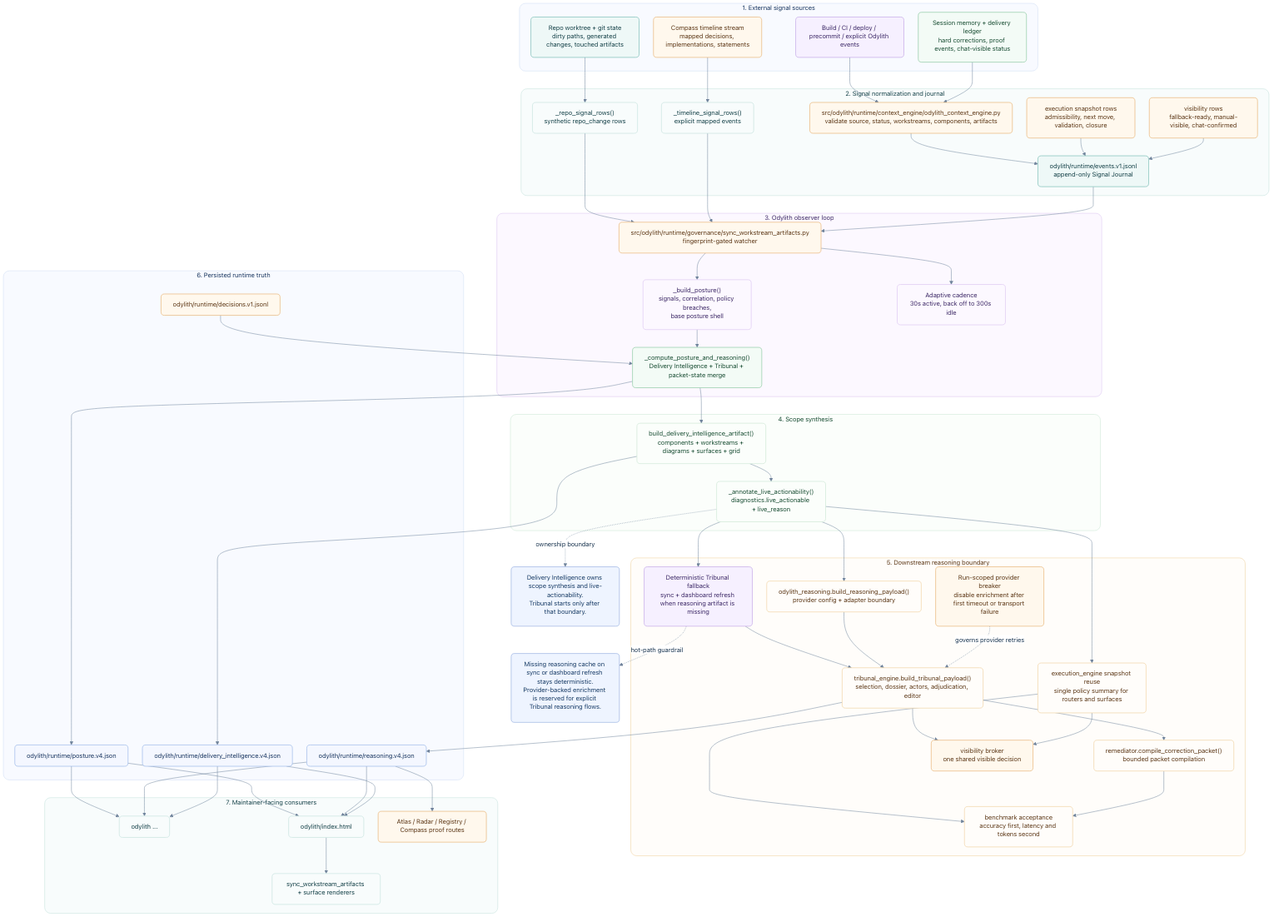
The Mermaid diagram odylith/atlas/source/odylith-delivery-intelligence-signal-journal-and-observer-pipeline.png in odylith/odylith, before a commit. Its source is kept beside it as odylith/atlas/source/odylith-delivery-intelligence-signal-journal-and-observer-pipeline.mmd.
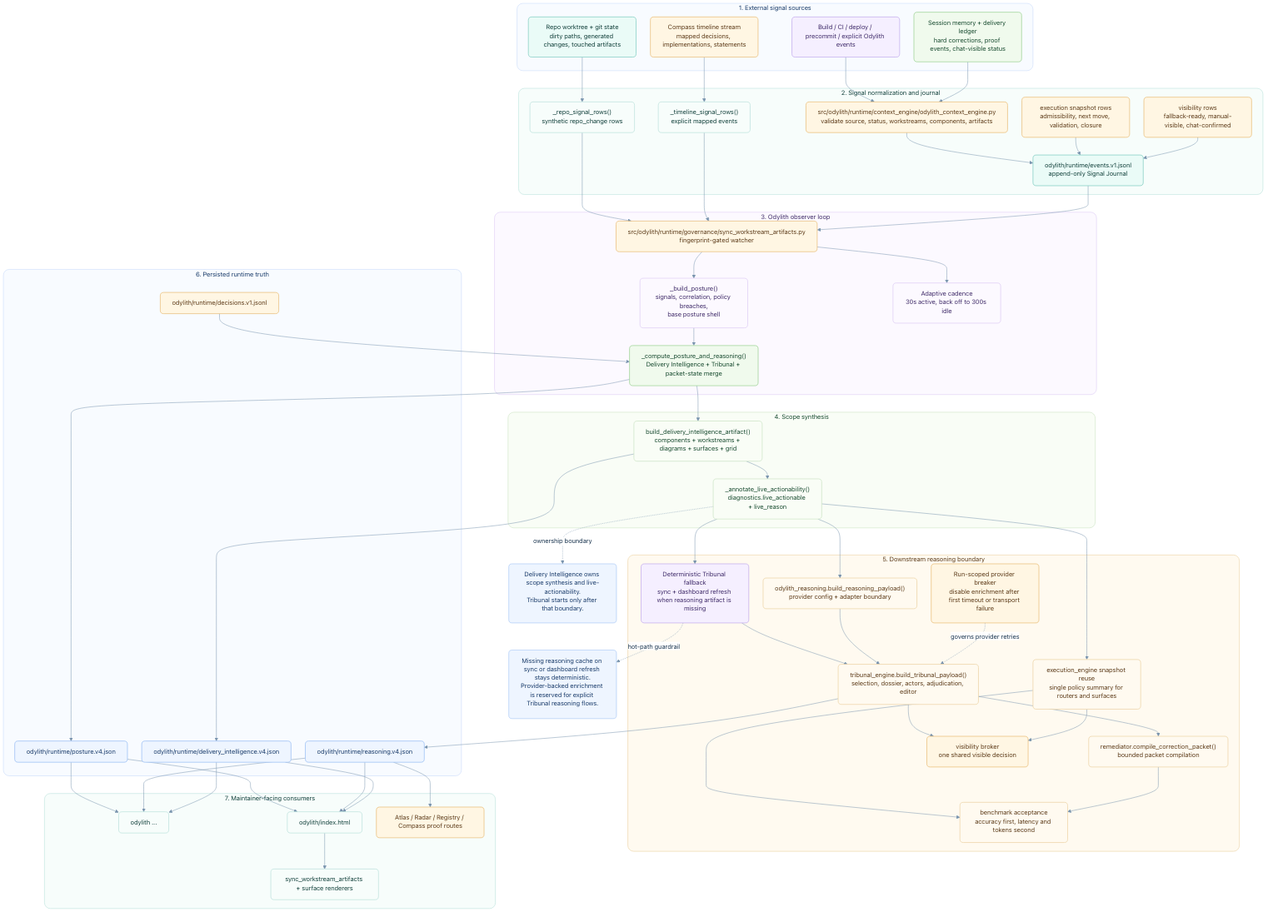
Above is the later version.

What changed in the source:
```diff
@@ -100,4 +100,4 @@
   Live -. ownership boundary .-> NoteA
   Fallback -. hot-path guardrail .-> NoteB
 
-  classDef note fill:#eef4ff,stroke:#7a9ad8,color:#163a63;
+  classDef note fill:#eef5ff,stroke:#91b9f4,color:#183a68;
```
